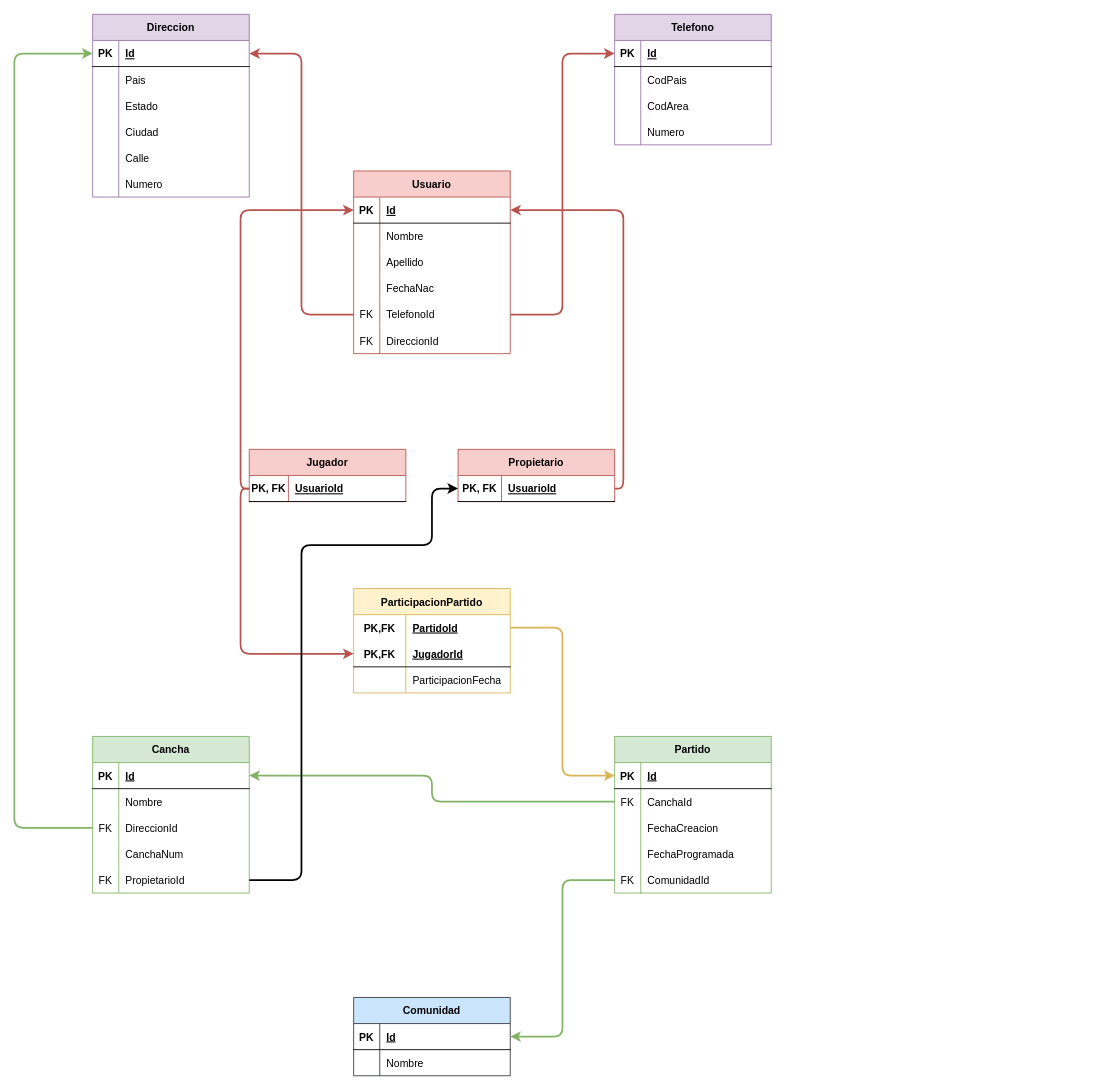
Before: design/db/schema.drawio in fmartinez28/PartidosYa, a draw.io diagram. Source tidied: cells renumbered, new cells numbered last; positions are measured from the earlier drawing's top-left corner, leaving out a move shared by most shapes. Both pictures are drawn from the tidied source at 87%, with x=0, y=0 at pixel (14, 14).
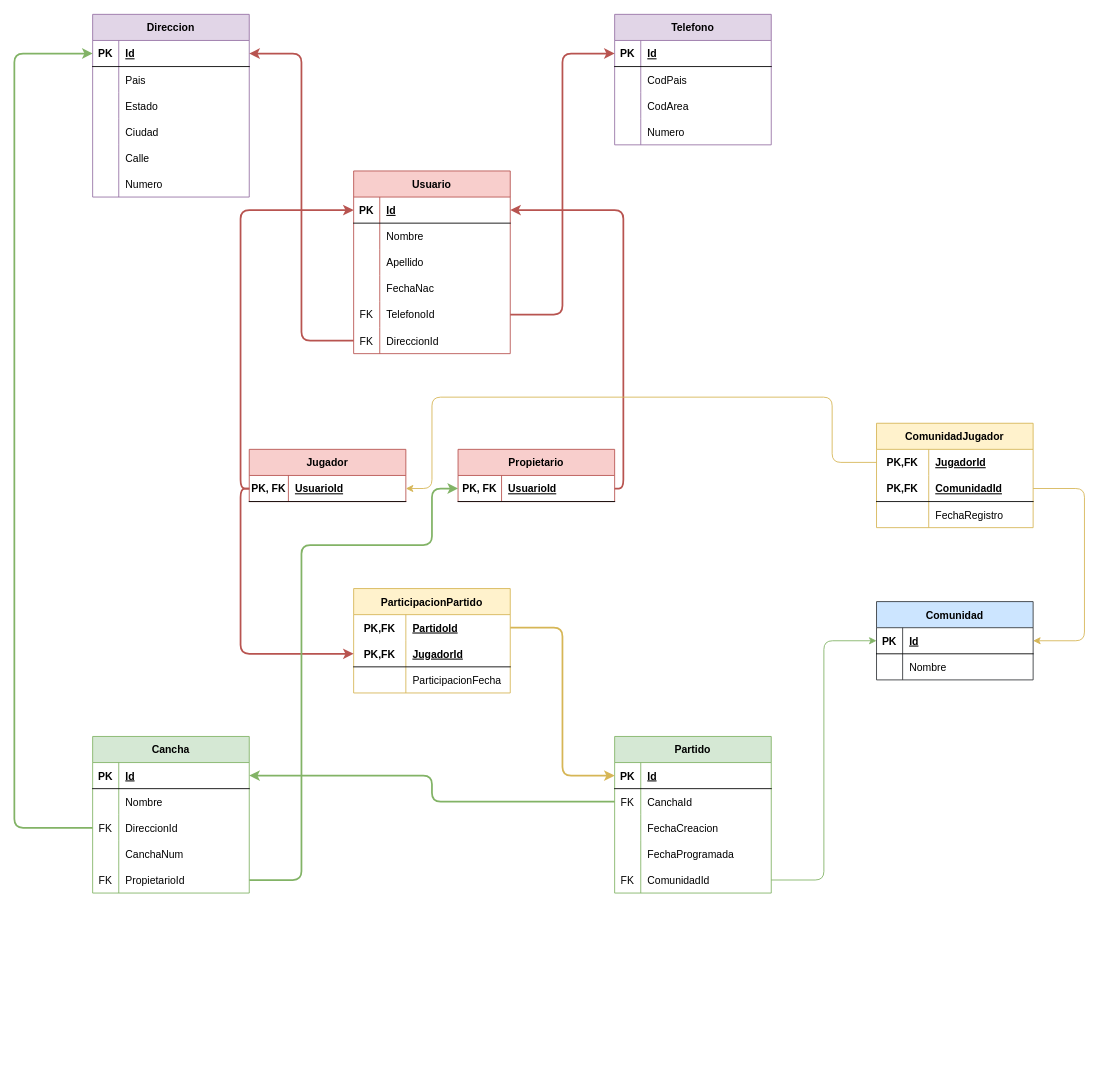
The same page after the edit.

Commit message:
Añadida entidad ComunidadJugador, relación N...N entre Jugador y Comunidad + cambios menores

The change refers to these unchanged cells:
```xml
<mxCell id="15" style="shape=tableRow;horizontal=0;startSize=0;swimlaneHead=0;swimlaneBody=0;fillColor=none;points=[[0,0.5],[1,0.5]];portConstraint=eastwest;top=0;left=0;right=0;bottom=0;" parent="2" vertex="1">
  <mxGeometry y="150" width="180" height="30" as="geometry" />
</mxCell>
<mxCell id="19" style="shape=tableRow;horizontal=0;startSize=0;swimlaneHead=0;swimlaneBody=0;fillColor=none;points=[[0,0.5],[1,0.5]];portConstraint=eastwest;top=0;left=0;right=0;bottom=1;" parent="18" vertex="1">
  <mxGeometry y="30" width="180" height="30" as="geometry" />
</mxCell>
<mxCell id="23" style="shape=tableRow;horizontal=0;startSize=0;swimlaneHead=0;swimlaneBody=0;fillColor=none;points=[[0,0.5],[1,0.5]];portConstraint=eastwest;top=0;left=0;right=0;bottom=1;" parent="22" vertex="1">
  <mxGeometry y="30" width="180" height="30" as="geometry" />
</mxCell>
<mxCell id="39" style="shape=tableRow;horizontal=0;startSize=0;swimlaneHead=0;swimlaneBody=0;fillColor=none;points=[[0,0.5],[1,0.5]];portConstraint=eastwest;top=0;left=0;right=0;bottom=0;" parent="26" vertex="1">
  <mxGeometry y="150" width="180" height="30" as="geometry" />
</mxCell>
<mxCell id="42" style="shape=tableRow;horizontal=0;startSize=0;swimlaneHead=0;swimlaneBody=0;fillColor=none;points=[[0,0.5],[1,0.5]];portConstraint=eastwest;top=0;left=0;right=0;bottom=0;" parent="26" vertex="1">
  <mxGeometry y="180" width="180" height="30" as="geometry" />
</mxCell>
<mxCell id="58" style="shape=tableRow;horizontal=0;startSize=0;swimlaneHead=0;swimlaneBody=0;fillColor=none;points=[[0,0.5],[1,0.5]];portConstraint=eastwest;top=0;left=0;right=0;bottom=0;" parent="45" vertex="1">
  <mxGeometry y="150" width="180" height="30" as="geometry" />
</mxCell>
<mxCell id="62" style="shape=tableRow;horizontal=0;startSize=0;swimlaneHead=0;swimlaneBody=0;fillColor=none;points=[[0,0.5],[1,0.5]];portConstraint=eastwest;top=0;left=0;right=0;bottom=1;" parent="61" vertex="1">
  <mxGeometry y="30" width="180" height="30" as="geometry" />
</mxCell>
<mxCell id="112" style="shape=tableRow;horizontal=0;startSize=0;swimlaneHead=0;swimlaneBody=0;fillColor=none;points=[[0,0.5],[1,0.5]];portConstraint=eastwest;top=0;left=0;right=0;bottom=1;" parent="111" vertex="1">
  <mxGeometry y="30" width="180" height="30" as="geometry" />
</mxCell>
```

Diff of the diagram source:
```diff
@@
-    <mxCell id="106" style="edgeStyle=orthogonalEdgeStyle;html=1;exitX=0;exitY=0.5;exitDx=0;exitDy=0;entryX=1;entryY=0.5;entryDx=0;entryDy=0;fillColor=#f8cecc;strokeColor=#b85450;strokeWidth=2;" parent="1" edge="1" source="39" target="62">
+    <mxCell id="106" style="edgeStyle=orthogonalEdgeStyle;html=1;exitX=0;exitY=0.5;exitDx=0;exitDy=0;entryX=1;entryY=0.5;entryDx=0;entryDy=0;fillColor=#f8cecc;strokeColor=#b85450;strokeWidth=2;" parent="1" edge="1" source="42" target="62">
       <mxGeometry relative="1" as="geometry" />
     </mxCell>
@@
     <mxCell id="111" value="Comunidad" style="shape=table;startSize=30;childLayout=tableLayout;rowLines=0;fontStyle=1;align=center;fillColor=#cce5ff;strokeColor=#36393d;" parent="1" vertex="1">
-      <mxGeometry x="390" y="1130" width="180" height="90" as="geometry" />
+      <mxGeometry x="991" y="675" width="180" height="90" as="geometry" />
     </mxCell>
@@
+    <mxCell id="119" style="edgeStyle=orthogonalEdgeStyle;rounded=1;jettySize=auto;html=1;exitX=1;exitY=0.5;exitDx=0;exitDy=0;entryX=0;entryY=0.5;entryDx=0;entryDy=0;strokeWidth=2;fillColor=#d5e8d4;strokeColor=#82b366;" parent="1" edge="1" source="58" target="23">
+      <mxGeometry relative="1" as="geometry">
+        <Array as="points">
+          <mxPoint x="330" y="995" />
+          <mxPoint x="330" y="610" />
+          <mxPoint x="480" y="610" />
+          <mxPoint x="480" y="545" />
+        </Array>
+      </mxGeometry>
+    </mxCell>
+    <mxCell id="120" value="ComunidadJugador" style="shape=table;startSize=30;childLayout=tableLayout;rowLines=0;fontStyle=1;align=center;fillColor=#fff2cc;strokeColor=#d6b656;" parent="1" vertex="1">
+      <mxGeometry x="991" y="470" width="180" height="120" as="geometry" />
+    </mxCell>
+    <mxCell id="121" style="shape=tableRow;horizontal=0;startSize=0;swimlaneHead=0;swimlaneBody=0;fillColor=none;points=[[0,0.5],[1,0.5]];portConstraint=eastwest;top=0;left=0;right=0;bottom=0;" parent="120" vertex="1">
+      <mxGeometry y="30" width="180" height="30" as="geometry" />
+    </mxCell>
+    <mxCell id="122" value="PK,FK" style="shape=partialRectangle;fillColor=none;top=0;left=0;bottom=0;right=0;fontStyle=1;overflow=hidden;" parent="121" vertex="1">
+      <mxGeometry width="60" height="30" as="geometry" />
+    </mxCell>
+    <mxCell id="123" value="JugadorId" style="shape=partialRectangle;fillColor=none;top=0;left=0;bottom=0;right=0;align=left;spacingLeft=6;fontStyle=5;overflow=hidden;" parent="121" vertex="1">
+      <mxGeometry x="60" width="120" height="30" as="geometry" />
+    </mxCell>
+    <mxCell id="124" style="shape=tableRow;horizontal=0;startSize=0;swimlaneHead=0;swimlaneBody=0;fillColor=none;points=[[0,0.5],[1,0.5]];portConstraint=eastwest;top=0;left=0;right=0;bottom=1;" parent="120" vertex="1">
+      <mxGeometry y="60" width="180" height="30" as="geometry" />
+    </mxCell>
+    <mxCell id="125" value="PK,FK" style="shape=partialRectangle;fillColor=none;top=0;left=0;bottom=0;right=0;fontStyle=1;overflow=hidden;" parent="124" vertex="1">
+      <mxGeometry width="60" height="30" as="geometry" />
+    </mxCell>
+    <mxCell id="126" value="ComunidadId" style="shape=partialRectangle;fillColor=none;top=0;left=0;bottom=0;right=0;align=left;spacingLeft=6;fontStyle=5;overflow=hidden;" parent="124" vertex="1">
+      <mxGeometry x="60" width="120" height="30" as="geometry" />
+    </mxCell>
+    <mxCell id="127" style="shape=tableRow;horizontal=0;startSize=0;swimlaneHead=0;swimlaneBody=0;fillColor=none;top=0;left=0;right=0;bottom=0;" parent="120" vertex="1">
+      <mxGeometry y="90" width="180" height="30" as="geometry" />
+    </mxCell>
+    <mxCell id="128" style="shape=partialRectangle;fillColor=none;top=0;left=0;bottom=0;right=0;overflow=hidden;" parent="127" vertex="1">
+      <mxGeometry width="60" height="30" as="geometry" />
+    </mxCell>
+    <mxCell id="129" value="FechaRegistro" style="shape=partialRectangle;fillColor=none;top=0;left=0;bottom=0;right=0;align=left;spacingLeft=6;overflow=hidden;" parent="127" vertex="1">
+      <mxGeometry x="60" width="120" height="30" as="geometry" />
+    </mxCell>
+    <mxCell id="130" style="edgeStyle=orthogonalEdgeStyle;html=1;exitX=1;exitY=0.5;exitDx=0;exitDy=0;entryX=1;entryY=0.5;entryDx=0;entryDy=0;fillColor=#fff2cc;strokeColor=#d6b656;" parent="1" edge="1" source="124" target="112">
+      <mxGeometry relative="1" as="geometry">
+        <Array as="points">
+          <mxPoint x="1230" y="545" />
+          <mxPoint x="1230" y="720" />
+        </Array>
+      </mxGeometry>
+    </mxCell>
+    <mxCell id="131" style="edgeStyle=orthogonalEdgeStyle;html=1;exitX=0;exitY=0.5;exitDx=0;exitDy=0;entryX=1;entryY=0.5;entryDx=0;entryDy=0;fillColor=#fff2cc;strokeColor=#d6b656;" parent="1" edge="1" source="121" target="19">
+      <mxGeometry relative="1" as="geometry">
+        <Array as="points">
+          <mxPoint x="940" y="515" />
+          <mxPoint x="940" y="440" />
+          <mxPoint x="480" y="440" />
+          <mxPoint x="480" y="545" />
+        </Array>
+      </mxGeometry>
+    </mxCell>
-    <mxCell id="118" style="edgeStyle=orthogonalEdgeStyle;html=1;exitX=0;exitY=0.5;exitDx=0;exitDy=0;entryX=1;entryY=0.5;entryDx=0;entryDy=0;fillColor=#d5e8d4;strokeColor=#82b366;strokeWidth=2;" parent="1" edge="1" source="15" target="112">
+    <mxCell id="118" style="edgeStyle=orthogonalEdgeStyle;html=1;exitX=1;exitY=0.5;exitDx=0;exitDy=0;entryX=0;entryY=0.5;entryDx=0;entryDy=0;fillColor=#d5e8d4;strokeColor=#82b366;" parent="1" edge="1" source="15" target="112">
       <mxGeometry relative="1" as="geometry" />
     </mxCell>
-    <mxCell id="119" style="edgeStyle=orthogonalEdgeStyle;rounded=1;jettySize=auto;html=1;exitX=1;exitY=0.5;exitDx=0;exitDy=0;entryX=0;entryY=0.5;entryDx=0;entryDy=0;strokeWidth=2;" parent="1" edge="1" source="58" target="23">
-      <mxGeometry relative="1" as="geometry">
-        <Array as="points">
-          <mxPoint x="330" y="995" />
-          <mxPoint x="330" y="610" />
-          <mxPoint x="480" y="610" />
-          <mxPoint x="480" y="545" />
-        </Array>
-      </mxGeometry>
-    </mxCell>
```
